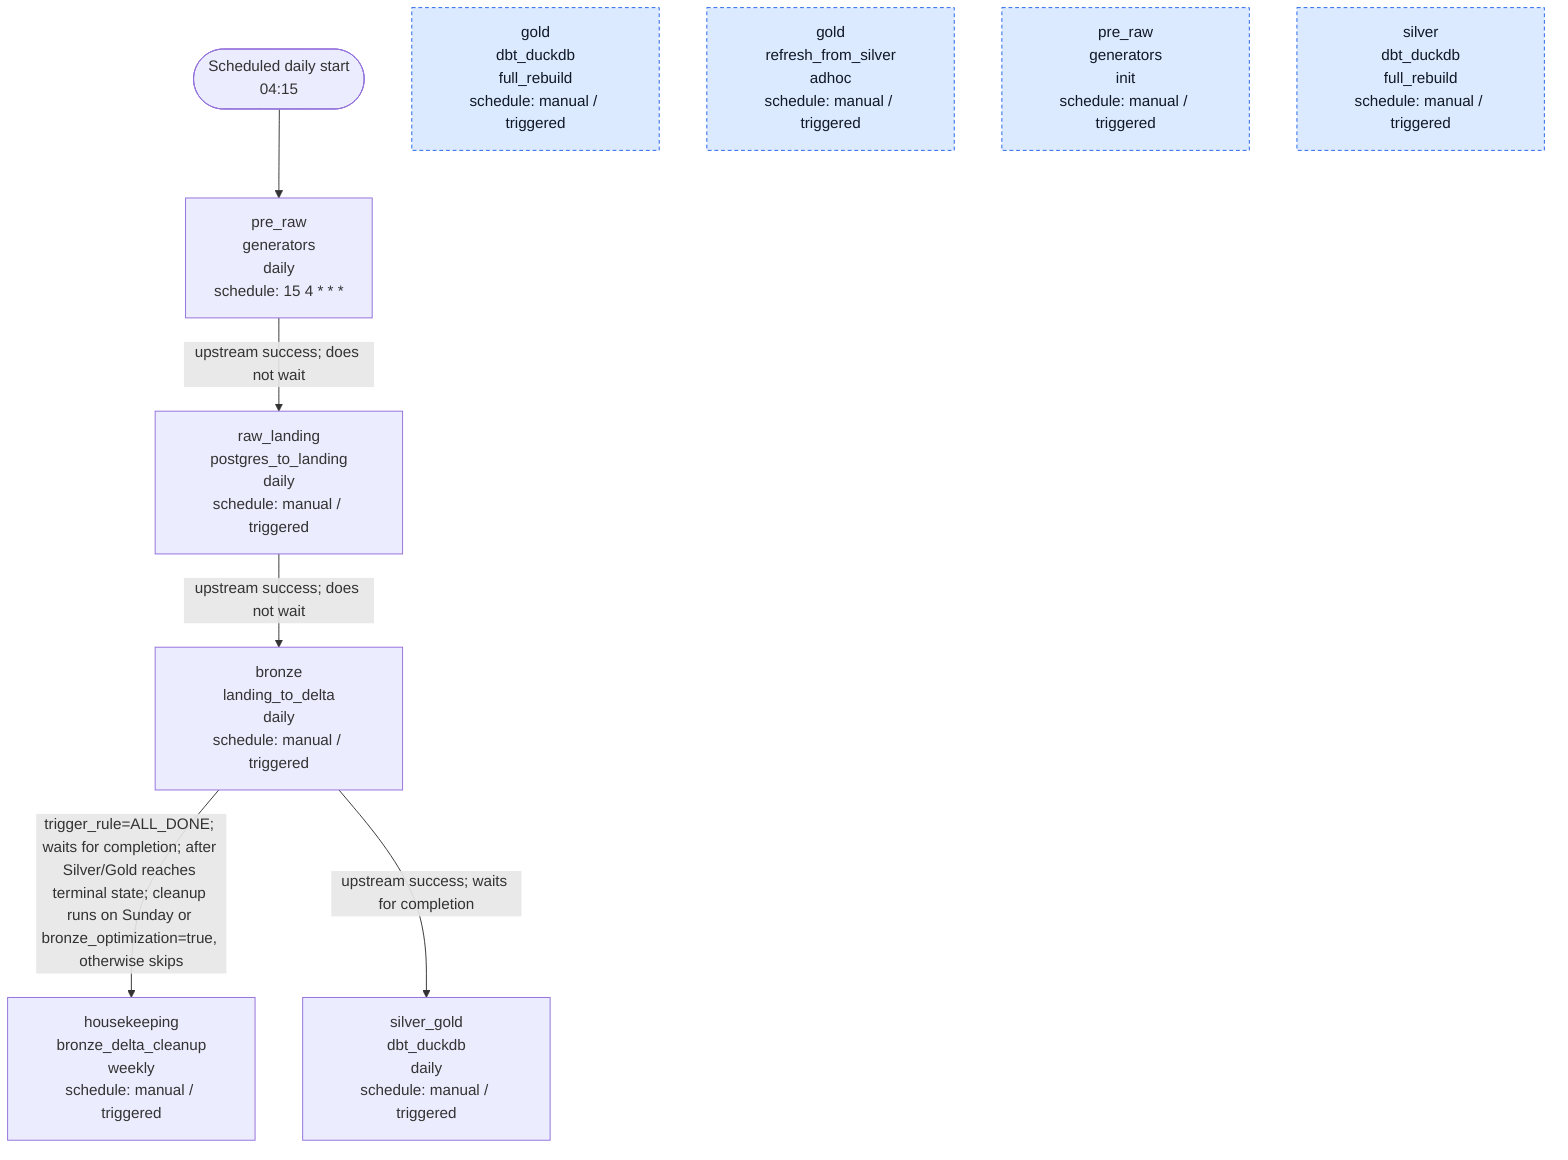
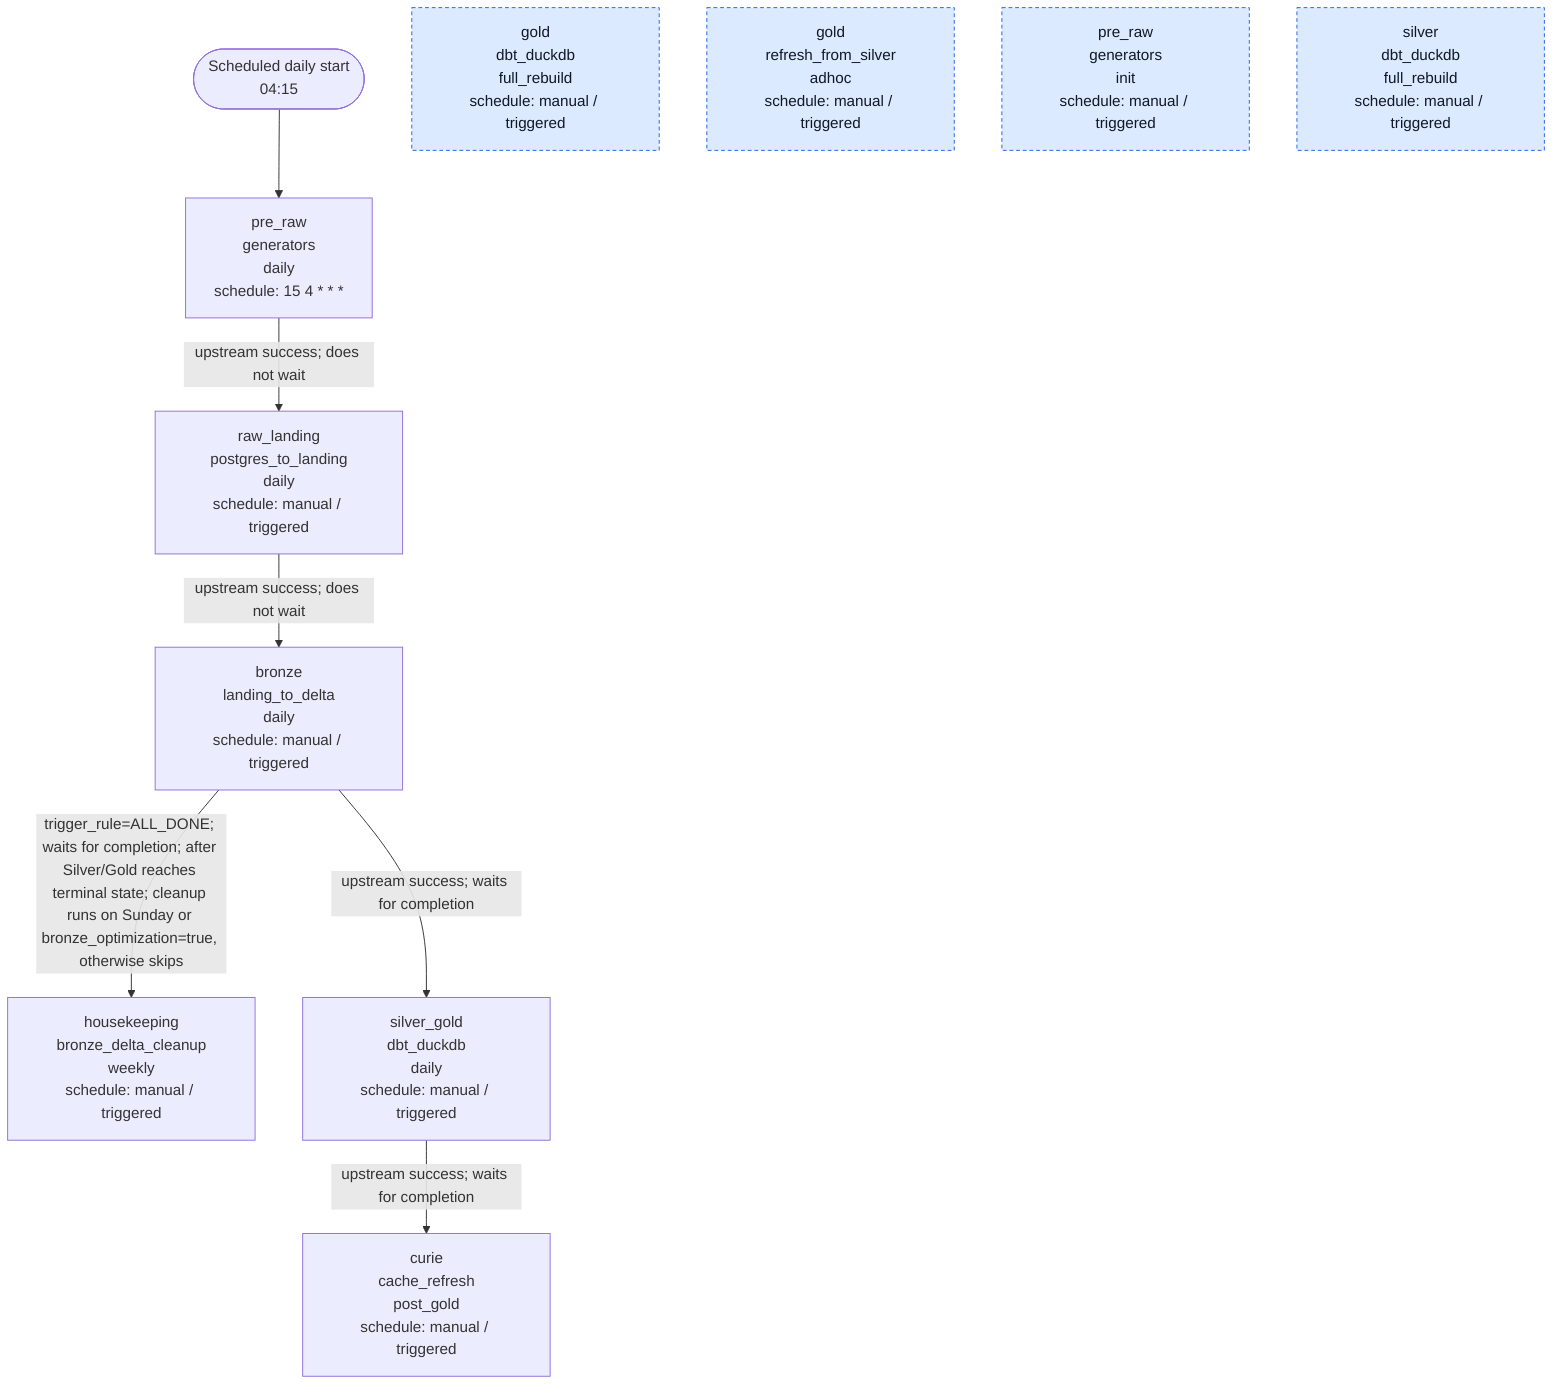
flowchart TD
    START(["Scheduled daily start<br/>04:15"])
    D_AMPERE__BRONZE__LANDING_TO_DELTA__DAILY["bronze<br/>landing_to_delta<br/>daily<br/>schedule: manual / triggered"]
+     D_AMPERE__CURIE__CACHE_REFRESH__POST_GOLD["curie<br/>cache_refresh<br/>post_gold<br/>schedule: manual / triggered"]
    D_AMPERE__GOLD__DBT_DUCKDB__FULL_REBUILD["gold<br/>dbt_duckdb<br/>full_rebuild<br/>schedule: manual / triggered"]
    D_AMPERE__GOLD__REFRESH_FROM_SILVER__ADHOC["gold<br/>refresh_from_silver<br/>adhoc<br/>schedule: manual / triggered"]
    D_AMPERE__HOUSEKEEPING__BRONZE_DELTA_CLEANUP__WEEKLY["housekeeping<br/>bronze_delta_cleanup<br/>weekly<br/>schedule: manual / triggered"]
    D_AMPERE__PRE_RAW__GENERATORS__DAILY["pre_raw<br/>generators<br/>daily<br/>schedule: 15 4 * * *"]
    D_AMPERE__PRE_RAW__GENERATORS__INIT["pre_raw<br/>generators<br/>init<br/>schedule: manual / triggered"]
    D_AMPERE__RAW_LANDING__POSTGRES_TO_LANDING__DAILY["raw_landing<br/>postgres_to_landing<br/>daily<br/>schedule: manual / triggered"]
    D_AMPERE__SILVER__DBT_DUCKDB__FULL_REBUILD["silver<br/>dbt_duckdb<br/>full_rebuild<br/>schedule: manual / triggered"]
    D_AMPERE__SILVER_GOLD__DBT_DUCKDB__DAILY["silver_gold<br/>dbt_duckdb<br/>daily<br/>schedule: manual / triggered"]

    START --> D_AMPERE__PRE_RAW__GENERATORS__DAILY
    D_AMPERE__BRONZE__LANDING_TO_DELTA__DAILY -->|"trigger_rule=ALL_DONE; waits for completion; after Silver/Gold reaches terminal state; cleanup runs on Sunday or bronze_optimization=true, otherwise skips"| D_AMPERE__HOUSEKEEPING__BRONZE_DELTA_CLEANUP__WEEKLY
    D_AMPERE__BRONZE__LANDING_TO_DELTA__DAILY -->|"upstream success; waits for completion"| D_AMPERE__SILVER_GOLD__DBT_DUCKDB__DAILY
    D_AMPERE__PRE_RAW__GENERATORS__DAILY -->|"upstream success; does not wait"| D_AMPERE__RAW_LANDING__POSTGRES_TO_LANDING__DAILY
    D_AMPERE__RAW_LANDING__POSTGRES_TO_LANDING__DAILY -->|"upstream success; does not wait"| D_AMPERE__BRONZE__LANDING_TO_DELTA__DAILY
+     D_AMPERE__SILVER_GOLD__DBT_DUCKDB__DAILY -->|"upstream success; waits for completion"| D_AMPERE__CURIE__CACHE_REFRESH__POST_GOLD

    D_AMPERE__PRE_RAW__GENERATORS__INIT:::manual
    D_AMPERE__SILVER__DBT_DUCKDB__FULL_REBUILD:::manual
    D_AMPERE__GOLD__DBT_DUCKDB__FULL_REBUILD:::manual
    D_AMPERE__GOLD__REFRESH_FROM_SILVER__ADHOC:::manual
    classDef manual fill:#dbeafe,stroke:#2563eb,color:#111827,stroke-dasharray: 4 3
